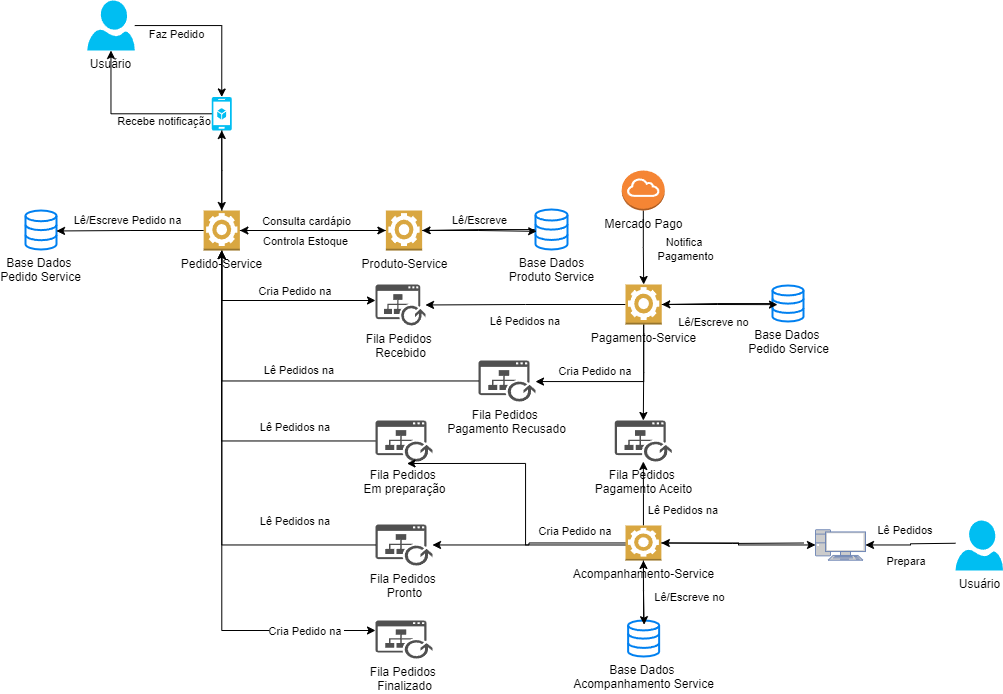
Above: SAGA_-Pedido.drawio.png in fabiogmartins/soat-fase5 (draw.io), before the change. Source tidied: cells renumbered, new cells last; positions are measured from the earlier drawing's top-left corner, leaving out a move shared by most shapes. Source of this version:
```xml
<mxGraphModel>
  <root>
    <mxCell id="0" />
    <mxCell id="1" parent="0" />
    <mxCell id="2" value="Usuário&lt;div&gt;&lt;br&gt;&lt;/div&gt;" style="verticalLabelPosition=bottom;html=1;verticalAlign=top;align=center;strokeColor=none;fillColor=#00BEF2;shape=mxgraph.azure.user;" parent="1" vertex="1">
      <mxGeometry x="61.8" width="47.5" height="50" as="geometry" />
    </mxCell>
    <mxCell id="3" style="edgeStyle=orthogonalEdgeStyle;rounded=0;jettySize=auto;html=1;" parent="1" edge="1" source="5" target="2">
      <mxGeometry relative="1" as="geometry" />
    </mxCell>
    <mxCell id="4" value="Recebe notificação&amp;nbsp;" style="edgeLabel;html=1;align=center;verticalAlign=middle;" parent="3" vertex="1">
      <mxGeometry x="-0.29" y="2" relative="1" as="geometry">
        <mxPoint x="12" y="5" as="offset" />
      </mxGeometry>
    </mxCell>
    <mxCell id="5" style="verticalLabelPosition=bottom;html=1;verticalAlign=top;align=center;strokeColor=none;fillColor=#00BEF2;shape=mxgraph.azure.mobile_services;" parent="1" vertex="1">
      <mxGeometry x="186.3" y="96.5" width="20" height="33.5" as="geometry" />
    </mxCell>
    <mxCell id="6" style="edgeStyle=orthogonalEdgeStyle;rounded=0;jettySize=auto;html=1;" parent="1" edge="1" source="9" target="12">
      <mxGeometry relative="1" as="geometry">
        <Array as="points">
          <mxPoint x="196" y="300" />
        </Array>
      </mxGeometry>
    </mxCell>
    <mxCell id="7" value="Cria Pedido na&amp;nbsp;" style="edgeLabel;html=1;align=center;verticalAlign=middle;" parent="6" vertex="1">
      <mxGeometry x="0.28" y="-2" relative="1" as="geometry">
        <mxPoint x="274" y="228" as="offset" />
      </mxGeometry>
    </mxCell>
    <mxCell id="8" style="edgeStyle=orthogonalEdgeStyle;rounded=0;jettySize=auto;html=1;" parent="1" edge="1" source="9" target="21">
      <mxGeometry relative="1" as="geometry">
        <Array as="points">
          <mxPoint x="196" y="630" />
        </Array>
      </mxGeometry>
    </mxCell>
    <mxCell id="9" value="Pedido-Service" style="outlineConnect=0;dashed=0;verticalLabelPosition=bottom;verticalAlign=top;align=center;html=1;shape=mxgraph.aws3.worker;fillColor=#D9A741;gradientColor=none;" parent="1" vertex="1">
      <mxGeometry x="178.1" y="210" width="36.2" height="40" as="geometry" />
    </mxCell>
    <mxCell id="10" style="edgeStyle=orthogonalEdgeStyle;rounded=0;jettySize=auto;html=1;entryX=0.5;entryY=0;entryDx=0;entryDy=0;entryPerimeter=0;" parent="1" edge="1" source="2" target="5">
      <mxGeometry relative="1" as="geometry" />
    </mxCell>
    <mxCell id="11" value="Faz Pedido&lt;div&gt;&lt;br&gt;&lt;/div&gt;" style="edgeLabel;html=1;align=center;verticalAlign=middle;" parent="10" vertex="1">
      <mxGeometry x="0.39" relative="1" as="geometry">
        <mxPoint x="-46" y="-8" as="offset" />
      </mxGeometry>
    </mxCell>
    <mxCell id="12" value="Fila&amp;nbsp;&lt;span style=&quot;background-color: initial;&quot;&gt;Pedidos&amp;nbsp;&lt;/span&gt;&lt;div&gt;&lt;span style=&quot;background-color: initial;&quot;&gt;Recebido&lt;/span&gt;&lt;/div&gt;&lt;div&gt;&lt;span style=&quot;background-color: initial;&quot;&gt;&lt;br&gt;&lt;/span&gt;&lt;/div&gt;" style="sketch=0;shadow=0;dashed=0;html=1;strokeColor=none;fillColor=#505050;labelPosition=center;verticalLabelPosition=bottom;verticalAlign=top;outlineConnect=0;align=center;shape=mxgraph.office.concepts.publish;" parent="1" vertex="1">
      <mxGeometry x="350" y="284" width="50" height="41" as="geometry" />
    </mxCell>
    <mxCell id="13" value="Base Dados&amp;nbsp;&lt;div&gt;Pedido Service&lt;br&gt;&lt;/div&gt;" style="html=1;verticalLabelPosition=bottom;align=center;labelBackgroundColor=#ffffff;verticalAlign=top;strokeWidth=2;strokeColor=#0080F0;shadow=0;dashed=0;shape=mxgraph.ios7.icons.data;" parent="1" vertex="1">
      <mxGeometry y="210" width="31" height="39" as="geometry" />
    </mxCell>
    <mxCell id="14" style="edgeStyle=orthogonalEdgeStyle;rounded=0;jettySize=auto;html=1;entryX=1;entryY=0.525;entryDx=0;entryDy=0;entryPerimeter=0;" parent="1" edge="1" source="9" target="13">
      <mxGeometry relative="1" as="geometry" />
    </mxCell>
    <mxCell id="15" value="Lê/Escreve Pedido na" style="edgeLabel;html=1;align=center;verticalAlign=middle;" parent="14" vertex="1">
      <mxGeometry x="0.17" y="-1" relative="1" as="geometry">
        <mxPoint x="9" y="-10" as="offset" />
      </mxGeometry>
    </mxCell>
    <mxCell id="16" style="edgeStyle=orthogonalEdgeStyle;rounded=0;jettySize=auto;html=1;entryX=0.5;entryY=0;entryDx=0;entryDy=0;entryPerimeter=0;" parent="1" edge="1" source="5" target="9">
      <mxGeometry relative="1" as="geometry" />
    </mxCell>
    <mxCell id="17" style="edgeStyle=orthogonalEdgeStyle;rounded=0;jettySize=auto;html=1;" parent="1" edge="1" source="19" target="9">
      <mxGeometry relative="1" as="geometry">
        <Array as="points">
          <mxPoint x="196" y="441" />
        </Array>
      </mxGeometry>
    </mxCell>
    <mxCell id="18" value="Lê Pedidos na&amp;nbsp;" style="edgeLabel;html=1;align=center;verticalAlign=middle;" parent="17" vertex="1">
      <mxGeometry x="-0.53" y="-1" relative="1" as="geometry">
        <mxPoint x="2" y="-13" as="offset" />
      </mxGeometry>
    </mxCell>
    <mxCell id="19" value="Fila&amp;nbsp;&lt;span style=&quot;background-color: initial;&quot;&gt;Pedidos&amp;nbsp;&lt;/span&gt;&lt;div&gt;&lt;span style=&quot;background-color: initial;&quot;&gt;Em preparação&lt;/span&gt;&lt;br&gt;&lt;/div&gt;" style="sketch=0;shadow=0;dashed=0;html=1;strokeColor=none;fillColor=#505050;labelPosition=center;verticalLabelPosition=bottom;verticalAlign=top;outlineConnect=0;align=center;shape=mxgraph.office.concepts.publish;" parent="1" vertex="1">
      <mxGeometry x="350" y="420" width="57" height="41" as="geometry" />
    </mxCell>
    <mxCell id="20" value="Fila&amp;nbsp;&lt;span style=&quot;background-color: initial;&quot;&gt;Pedidos&amp;nbsp;&lt;/span&gt;&lt;div&gt;&lt;span style=&quot;background-color: initial;&quot;&gt;Pronto&lt;/span&gt;&lt;/div&gt;" style="sketch=0;shadow=0;dashed=0;html=1;strokeColor=none;fillColor=#505050;labelPosition=center;verticalLabelPosition=bottom;verticalAlign=top;outlineConnect=0;align=center;shape=mxgraph.office.concepts.publish;" parent="1" vertex="1">
      <mxGeometry x="350" y="524" width="57" height="41" as="geometry" />
    </mxCell>
    <mxCell id="21" value="Fila&amp;nbsp;&lt;span style=&quot;background-color: initial;&quot;&gt;Pedidos&amp;nbsp;&lt;/span&gt;&lt;div&gt;Finalizado&lt;/div&gt;" style="sketch=0;shadow=0;dashed=0;html=1;strokeColor=none;fillColor=#505050;labelPosition=center;verticalLabelPosition=bottom;verticalAlign=top;outlineConnect=0;align=center;shape=mxgraph.office.concepts.publish;" parent="1" vertex="1">
      <mxGeometry x="350" y="620" width="57" height="38" as="geometry" />
    </mxCell>
    <mxCell id="22" style="edgeStyle=orthogonalEdgeStyle;rounded=0;jettySize=auto;html=1;entryX=0.5;entryY=1;entryDx=0;entryDy=0;entryPerimeter=0;" parent="1" edge="1" source="9" target="5">
      <mxGeometry relative="1" as="geometry" />
    </mxCell>
    <mxCell id="23" value="Lê Pedidos na&amp;nbsp;" style="edgeLabel;html=1;align=center;verticalAlign=middle;" parent="1" vertex="1">
      <mxGeometry x="270" y="520" as="geometry" />
    </mxCell>
    <mxCell id="24" value="Cria Pedido na&amp;nbsp;" style="edgeLabel;html=1;align=center;verticalAlign=middle;" parent="1" vertex="1">
      <mxGeometry x="270" y="290" as="geometry" />
    </mxCell>
    <mxCell id="25" style="edgeStyle=orthogonalEdgeStyle;rounded=0;jettySize=auto;html=1;" parent="1" edge="1" source="26" target="9">
      <mxGeometry relative="1" as="geometry" />
    </mxCell>
    <mxCell id="26" value="Produto-Service" style="outlineConnect=0;dashed=0;verticalLabelPosition=bottom;verticalAlign=top;align=center;html=1;shape=mxgraph.aws3.worker;fillColor=#D9A741;gradientColor=none;" parent="1" vertex="1">
      <mxGeometry x="360.4" y="210" width="36.2" height="40" as="geometry" />
    </mxCell>
    <mxCell id="27" style="edgeStyle=orthogonalEdgeStyle;rounded=0;jettySize=auto;html=1;entryX=0;entryY=0.5;entryDx=0;entryDy=0;entryPerimeter=0;" parent="1" edge="1" source="9" target="26">
      <mxGeometry relative="1" as="geometry" />
    </mxCell>
    <mxCell id="28" value="Consulta cardápio" style="edgeLabel;html=1;align=center;verticalAlign=middle;" parent="27" vertex="1">
      <mxGeometry x="-0.2" y="1" relative="1" as="geometry">
        <mxPoint x="7" y="-9" as="offset" />
      </mxGeometry>
    </mxCell>
    <mxCell id="29" value="Controla Estoque" style="edgeLabel;html=1;align=center;verticalAlign=middle;" parent="27" vertex="1">
      <mxGeometry x="0.49" y="1" relative="1" as="geometry">
        <mxPoint x="-43" y="11" as="offset" />
      </mxGeometry>
    </mxCell>
    <mxCell id="30" style="edgeStyle=orthogonalEdgeStyle;rounded=0;jettySize=auto;html=1;" parent="1" edge="1" source="31" target="26">
      <mxGeometry relative="1" as="geometry" />
    </mxCell>
    <mxCell id="31" value="Base Dados&lt;div&gt;Produto Service&lt;/div&gt;" style="html=1;verticalLabelPosition=bottom;align=center;labelBackgroundColor=#ffffff;verticalAlign=top;strokeWidth=2;strokeColor=#0080F0;shadow=0;dashed=0;shape=mxgraph.ios7.icons.data;" parent="1" vertex="1">
      <mxGeometry x="510" y="209" width="32" height="40" as="geometry" />
    </mxCell>
    <mxCell id="32" style="edgeStyle=orthogonalEdgeStyle;rounded=0;jettySize=auto;html=1;entryX=0.036;entryY=0.546;entryDx=0;entryDy=0;entryPerimeter=0;" parent="1" edge="1" source="26" target="31">
      <mxGeometry relative="1" as="geometry" />
    </mxCell>
    <mxCell id="33" value="Lê/Escreve" style="edgeLabel;html=1;align=center;verticalAlign=middle;" parent="32" vertex="1">
      <mxGeometry x="-0.02" y="2" relative="1" as="geometry">
        <mxPoint x="-2" y="-10" as="offset" />
      </mxGeometry>
    </mxCell>
    <mxCell id="34" style="edgeStyle=orthogonalEdgeStyle;rounded=0;jettySize=auto;html=1;" parent="1" edge="1" source="38" target="12">
      <mxGeometry relative="1" as="geometry" />
    </mxCell>
    <mxCell id="35" value="Lê Pedidos na&amp;nbsp;" style="edgeLabel;html=1;align=center;verticalAlign=middle;" parent="34" vertex="1">
      <mxGeometry x="-0.08" y="-1" relative="1" as="geometry">
        <mxPoint x="-7" y="17" as="offset" />
      </mxGeometry>
    </mxCell>
    <mxCell id="36" style="edgeStyle=orthogonalEdgeStyle;rounded=0;jettySize=auto;html=1;" parent="1" edge="1" source="38" target="47">
      <mxGeometry relative="1" as="geometry">
        <Array as="points">
          <mxPoint x="618" y="381" />
        </Array>
      </mxGeometry>
    </mxCell>
    <mxCell id="37" style="edgeStyle=orthogonalEdgeStyle;rounded=0;jettySize=auto;html=1;" parent="1" edge="1" source="38" target="51">
      <mxGeometry relative="1" as="geometry" />
    </mxCell>
    <mxCell id="38" value="Pagamento-Service" style="outlineConnect=0;dashed=0;verticalLabelPosition=bottom;verticalAlign=top;align=center;html=1;shape=mxgraph.aws3.worker;fillColor=#D9A741;gradientColor=none;" parent="1" vertex="1">
      <mxGeometry x="600" y="284" width="36.2" height="40" as="geometry" />
    </mxCell>
    <mxCell id="39" style="edgeStyle=orthogonalEdgeStyle;rounded=0;jettySize=auto;html=1;" parent="1" edge="1" source="41" target="38">
      <mxGeometry relative="1" as="geometry" />
    </mxCell>
    <mxCell id="40" value="Notifica&amp;nbsp;&lt;div&gt;Pagamento&lt;/div&gt;" style="edgeLabel;html=1;align=center;verticalAlign=middle;" parent="39" vertex="1">
      <mxGeometry x="-0.15" relative="1" as="geometry">
        <mxPoint x="42" y="7" as="offset" />
      </mxGeometry>
    </mxCell>
    <mxCell id="41" value="Mercado Pag&lt;span style=&quot;background-color: initial;&quot;&gt;o&lt;/span&gt;" style="outlineConnect=0;dashed=0;verticalLabelPosition=bottom;verticalAlign=top;align=center;html=1;shape=mxgraph.aws3.internet_gateway;fillColor=#F58534;gradientColor=none;" parent="1" vertex="1">
      <mxGeometry x="596.2" y="170" width="43" height="40" as="geometry" />
    </mxCell>
    <mxCell id="42" style="edgeStyle=orthogonalEdgeStyle;rounded=0;jettySize=auto;html=1;" parent="1" edge="1" source="43" target="38">
      <mxGeometry relative="1" as="geometry" />
    </mxCell>
    <mxCell id="43" value="Base Dados&amp;nbsp;&lt;div&gt;Pedido Service&lt;br&gt;&lt;/div&gt;" style="html=1;verticalLabelPosition=bottom;align=center;labelBackgroundColor=#ffffff;verticalAlign=top;strokeWidth=2;strokeColor=#0080F0;shadow=0;dashed=0;shape=mxgraph.ios7.icons.data;" parent="1" vertex="1">
      <mxGeometry x="747" y="285" width="31" height="36" as="geometry" />
    </mxCell>
    <mxCell id="44" style="edgeStyle=orthogonalEdgeStyle;rounded=0;jettySize=auto;html=1;entryX=0.161;entryY=0.532;entryDx=0;entryDy=0;entryPerimeter=0;" parent="1" edge="1" source="38" target="43">
      <mxGeometry relative="1" as="geometry" />
    </mxCell>
    <mxCell id="45" value="Lê/Escreve no" style="edgeLabel;html=1;align=center;verticalAlign=middle;" parent="44" vertex="1">
      <mxGeometry x="-0.02" y="1" relative="1" as="geometry">
        <mxPoint x="-5" y="18" as="offset" />
      </mxGeometry>
    </mxCell>
    <mxCell id="46" style="edgeStyle=orthogonalEdgeStyle;rounded=0;jettySize=auto;html=1;entryX=0.5;entryY=1;entryDx=0;entryDy=0;entryPerimeter=0;" parent="1" edge="1" source="20" target="9">
      <mxGeometry relative="1" as="geometry" />
    </mxCell>
    <mxCell id="47" value="Fila&amp;nbsp;&lt;span style=&quot;background-color: initial;&quot;&gt;Pedidos&amp;nbsp;&lt;/span&gt;&lt;div&gt;Pagamento Recusado&lt;/div&gt;" style="sketch=0;shadow=0;dashed=0;html=1;strokeColor=none;fillColor=#505050;labelPosition=center;verticalLabelPosition=bottom;verticalAlign=top;outlineConnect=0;align=center;shape=mxgraph.office.concepts.publish;" parent="1" vertex="1">
      <mxGeometry x="453" y="360" width="57" height="41" as="geometry" />
    </mxCell>
    <mxCell id="48" style="edgeStyle=orthogonalEdgeStyle;rounded=0;jettySize=auto;html=1;entryX=0.5;entryY=1;entryDx=0;entryDy=0;entryPerimeter=0;" parent="1" edge="1" source="47" target="9">
      <mxGeometry relative="1" as="geometry" />
    </mxCell>
    <mxCell id="49" value="Lê Pedidos na&amp;nbsp;" style="edgeLabel;html=1;align=center;verticalAlign=middle;" parent="1" vertex="1">
      <mxGeometry x="240" y="436.5" as="geometry">
        <mxPoint x="34" y="-67" as="offset" />
      </mxGeometry>
    </mxCell>
    <mxCell id="50" value="Cria Pedido na&amp;nbsp;" style="edgeLabel;html=1;align=center;verticalAlign=middle;" parent="1" vertex="1">
      <mxGeometry x="570" y="370" as="geometry" />
    </mxCell>
    <mxCell id="51" value="Fila&amp;nbsp;&lt;span style=&quot;background-color: initial;&quot;&gt;Pedidos&amp;nbsp;&lt;/span&gt;&lt;div&gt;Pagamento Aceito&lt;/div&gt;" style="sketch=0;shadow=0;dashed=0;html=1;strokeColor=none;fillColor=#505050;labelPosition=center;verticalLabelPosition=bottom;verticalAlign=top;outlineConnect=0;align=center;shape=mxgraph.office.concepts.publish;" parent="1" vertex="1">
      <mxGeometry x="589.2" y="420" width="57" height="41" as="geometry" />
    </mxCell>
    <mxCell id="52" style="edgeStyle=orthogonalEdgeStyle;rounded=0;jettySize=auto;html=1;" parent="1" edge="1" source="55" target="51">
      <mxGeometry relative="1" as="geometry" />
    </mxCell>
    <mxCell id="53" style="edgeStyle=orthogonalEdgeStyle;rounded=0;orthogonalLoop=1;jettySize=auto;html=1;" parent="1" edge="1">
      <mxGeometry relative="1" as="geometry">
        <mxPoint x="602.6" y="544.5" as="sourcePoint" />
        <mxPoint x="381.5" y="463" as="targetPoint" />
        <Array as="points">
          <mxPoint x="500" y="545" />
          <mxPoint x="500" y="463" />
        </Array>
      </mxGeometry>
    </mxCell>
    <mxCell id="54" style="edgeStyle=orthogonalEdgeStyle;rounded=0;jettySize=auto;html=1;" parent="1" edge="1" source="55" target="20">
      <mxGeometry relative="1" as="geometry" />
    </mxCell>
    <mxCell id="55" value="Acompanhamento-Service" style="outlineConnect=0;dashed=0;verticalLabelPosition=bottom;verticalAlign=top;align=center;html=1;shape=mxgraph.aws3.worker;fillColor=#D9A741;gradientColor=none;" parent="1" vertex="1">
      <mxGeometry x="600" y="525" width="35.9" height="35" as="geometry" />
    </mxCell>
    <mxCell id="56" value="Base Dados&amp;nbsp;&lt;div&gt;Acompanhamento Service&lt;br&gt;&lt;/div&gt;" style="html=1;verticalLabelPosition=bottom;align=center;labelBackgroundColor=#ffffff;verticalAlign=top;strokeWidth=2;strokeColor=#0080F0;shadow=0;dashed=0;shape=mxgraph.ios7.icons.data;" parent="1" vertex="1">
      <mxGeometry x="602.6" y="620" width="31" height="36" as="geometry" />
    </mxCell>
    <mxCell id="57" style="edgeStyle=orthogonalEdgeStyle;rounded=0;jettySize=auto;html=1;entryX=0.517;entryY=0.116;entryDx=0;entryDy=0;entryPerimeter=0;" parent="1" edge="1" source="55" target="56">
      <mxGeometry relative="1" as="geometry" />
    </mxCell>
    <mxCell id="58" style="edgeStyle=orthogonalEdgeStyle;rounded=0;jettySize=auto;html=1;entryX=0.5;entryY=1;entryDx=0;entryDy=0;entryPerimeter=0;" parent="1" edge="1" source="56" target="55">
      <mxGeometry relative="1" as="geometry" />
    </mxCell>
    <mxCell id="59" value="Lê/Escreve no" style="edgeLabel;html=1;align=center;verticalAlign=middle;" parent="1" vertex="1">
      <mxGeometry x="720" y="325" as="geometry">
        <mxPoint x="-57" y="271" as="offset" />
      </mxGeometry>
    </mxCell>
    <mxCell id="60" value="Lê Pedidos na&amp;nbsp;" style="edgeLabel;html=1;align=center;verticalAlign=middle;" parent="1" vertex="1">
      <mxGeometry x="290" y="436.5" as="geometry">
        <mxPoint x="368" y="73" as="offset" />
      </mxGeometry>
    </mxCell>
    <mxCell id="61" value="Cria Pedido na&amp;nbsp;" style="edgeLabel;html=1;align=center;verticalAlign=middle;" parent="1" vertex="1">
      <mxGeometry x="280.2" y="630" as="geometry" />
    </mxCell>
    <mxCell id="62" style="edgeStyle=orthogonalEdgeStyle;rounded=0;jettySize=auto;html=1;" parent="1" edge="1" target="55">
      <mxGeometry relative="1" as="geometry">
        <mxPoint x="778" y="542.5" as="sourcePoint" />
      </mxGeometry>
    </mxCell>
    <mxCell id="63" style="edgeStyle=orthogonalEdgeStyle;rounded=0;jettySize=auto;html=1;" parent="1" edge="1" source="55" target="64">
      <mxGeometry relative="1" as="geometry" />
    </mxCell>
    <mxCell id="64" style="fontColor=#0066CC;verticalAlign=top;verticalLabelPosition=bottom;labelPosition=center;align=center;html=1;outlineConnect=0;fillColor=#CCCCCC;strokeColor=#6881B3;gradientColor=none;gradientDirection=north;strokeWidth=2;shape=mxgraph.networks.pc;" parent="1" vertex="1">
      <mxGeometry x="790" y="529.2" width="50" height="30.5" as="geometry" />
    </mxCell>
    <mxCell id="65" style="edgeStyle=orthogonalEdgeStyle;rounded=0;jettySize=auto;html=1;" parent="1" edge="1" target="64">
      <mxGeometry relative="1" as="geometry">
        <mxPoint x="930" y="542.8" as="sourcePoint" />
      </mxGeometry>
    </mxCell>
    <mxCell id="66" value="Lê Pedidos&amp;nbsp;" style="edgeLabel;html=1;align=center;verticalAlign=middle;" parent="65" vertex="1">
      <mxGeometry x="0.29" y="1" relative="1" as="geometry">
        <mxPoint x="8" y="-16" as="offset" />
      </mxGeometry>
    </mxCell>
    <mxCell id="67" value="Prepara&amp;nbsp;" style="edgeLabel;html=1;align=center;verticalAlign=middle;" parent="65" vertex="1">
      <mxGeometry x="0.08" y="4" relative="1" as="geometry">
        <mxPoint y="12" as="offset" />
      </mxGeometry>
    </mxCell>
    <mxCell id="68" value="Usuário&lt;div&gt;&lt;br&gt;&lt;/div&gt;" style="verticalLabelPosition=bottom;html=1;verticalAlign=top;align=center;strokeColor=none;fillColor=#00BEF2;shape=mxgraph.azure.user;" parent="1" vertex="1">
      <mxGeometry x="930" y="520" width="47.5" height="50" as="geometry" />
    </mxCell>
  </root>
</mxGraphModel>
```
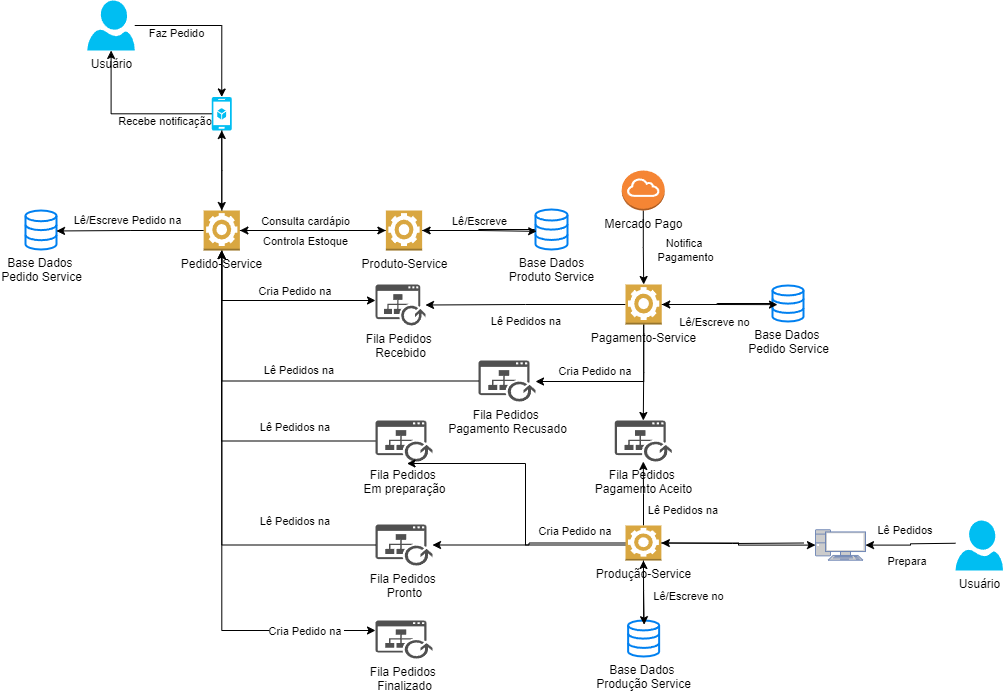
After the commit.

Diff of the diagram source:
```diff
@@ -208,10 +208,10 @@
     <mxCell id="54" style="edgeStyle=orthogonalEdgeStyle;rounded=0;jettySize=auto;html=1;" parent="1" edge="1" source="55" target="20">
       <mxGeometry relative="1" as="geometry" />
     </mxCell>
-    <mxCell id="55" value="Acompanhamento-Service" style="outlineConnect=0;dashed=0;verticalLabelPosition=bottom;verticalAlign=top;align=center;html=1;shape=mxgraph.aws3.worker;fillColor=#D9A741;gradientColor=none;" parent="1" vertex="1">
+    <mxCell id="55" value="Produção-Service" style="outlineConnect=0;dashed=0;verticalLabelPosition=bottom;verticalAlign=top;align=center;html=1;shape=mxgraph.aws3.worker;fillColor=#D9A741;gradientColor=none;" parent="1" vertex="1">
       <mxGeometry x="600" y="525" width="35.9" height="35" as="geometry" />
     </mxCell>
-    <mxCell id="56" value="Base Dados&amp;nbsp;&lt;div&gt;Acompanhamento Service&lt;br&gt;&lt;/div&gt;" style="html=1;verticalLabelPosition=bottom;align=center;labelBackgroundColor=#ffffff;verticalAlign=top;strokeWidth=2;strokeColor=#0080F0;shadow=0;dashed=0;shape=mxgraph.ios7.icons.data;" parent="1" vertex="1">
+    <mxCell id="56" value="Base Dados&amp;nbsp;&lt;div&gt;Produção Service&lt;br&gt;&lt;/div&gt;" style="html=1;verticalLabelPosition=bottom;align=center;labelBackgroundColor=#ffffff;verticalAlign=top;strokeWidth=2;strokeColor=#0080F0;shadow=0;dashed=0;shape=mxgraph.ios7.icons.data;" parent="1" vertex="1">
       <mxGeometry x="602.6" y="620" width="31" height="36" as="geometry" />
     </mxCell>
     <mxCell id="57" style="edgeStyle=orthogonalEdgeStyle;rounded=0;jettySize=auto;html=1;entryX=0.517;entryY=0.116;entryDx=0;entryDy=0;entryPerimeter=0;" parent="1" edge="1" source="55" target="56">
```
